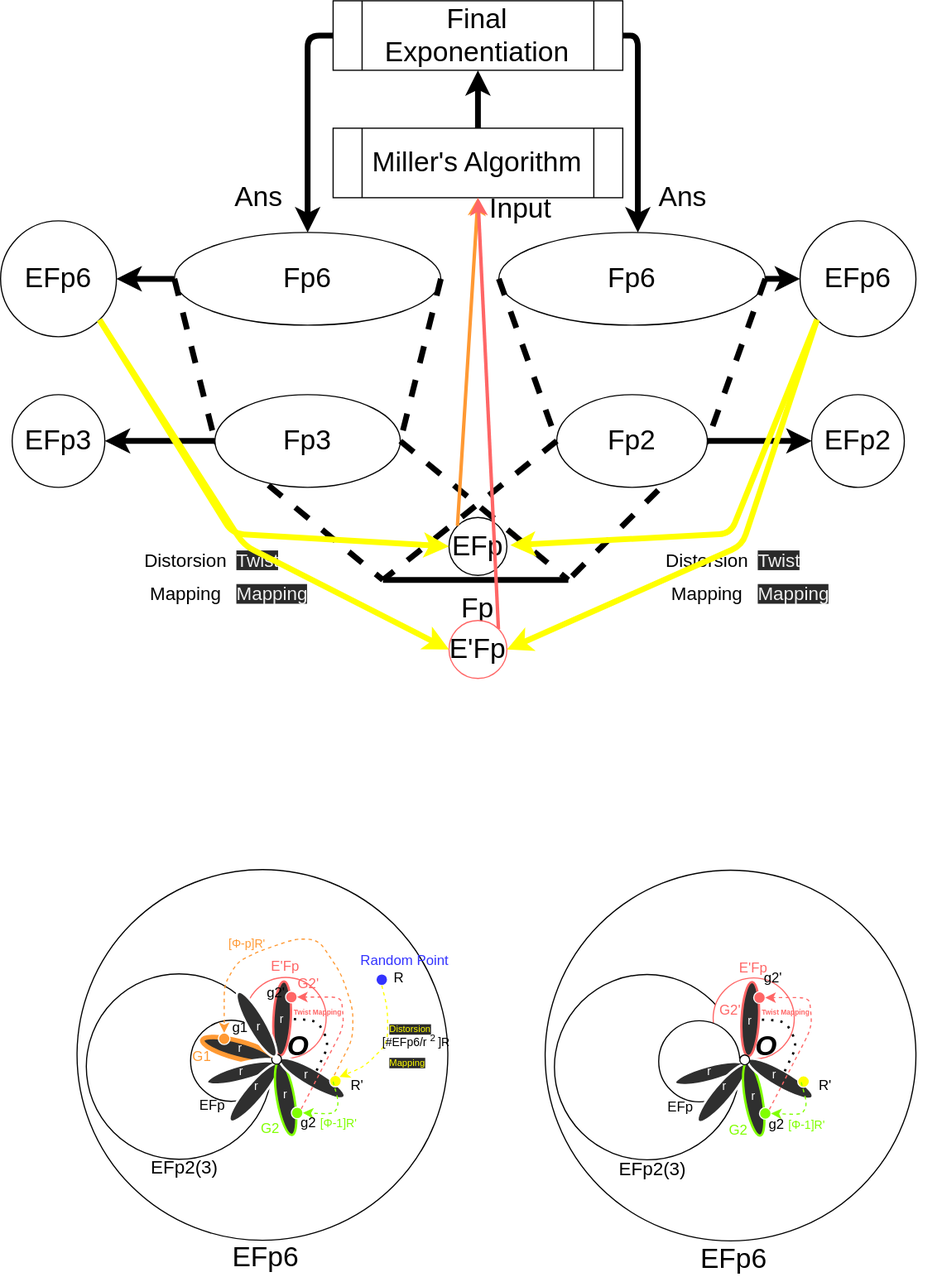
Earlier version of the draw.io export docs/overall.drawio.svg (Coresummer/GMT6). Source tidied: cells renumbered, new cells last; positions are measured from the earlier drawing's top-left corner, leaving out a move shared by most shapes.
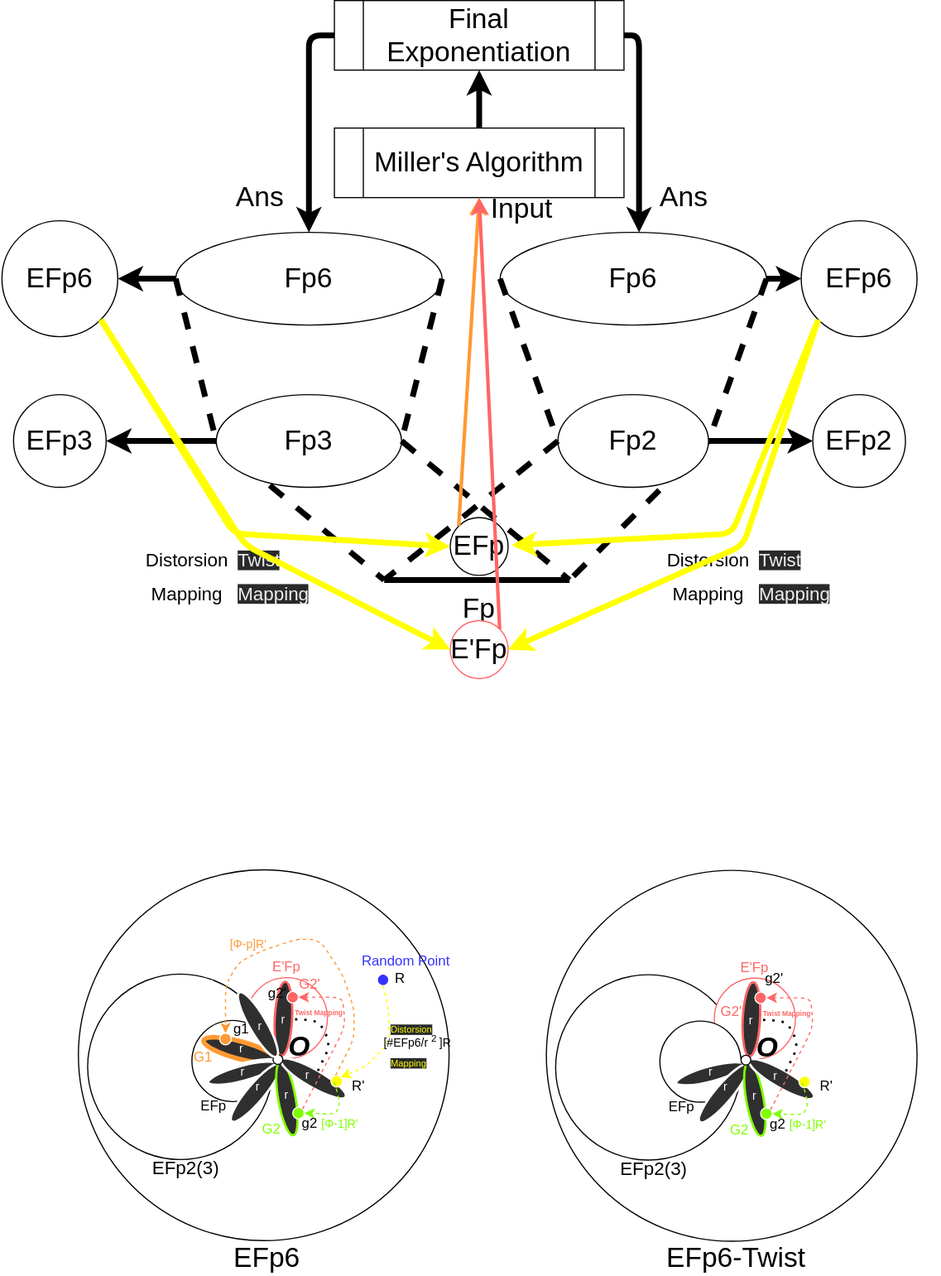
The same file after the commit.

Change to the diagram source:
```diff
@@ -374,8 +374,8 @@
     <mxCell id="100" value="&lt;font style=&quot;font-size: 16px&quot;&gt;EFp2(3)&lt;/font&gt;" style="text;html=1;strokeColor=none;fillColor=none;align=center;verticalAlign=middle;whiteSpace=wrap;rounded=0;fontSize=24;" parent="1" vertex="1">
       <mxGeometry x="528" y="990.5" width="70" height="30" as="geometry" />
     </mxCell>
-    <mxCell id="101" value="EFp6" style="text;html=1;strokeColor=none;fillColor=none;align=center;verticalAlign=middle;whiteSpace=wrap;rounded=0;fontSize=24;" parent="1" vertex="1">
-      <mxGeometry x="598" y="1070.5" width="70" height="30" as="geometry" />
+    <mxCell id="101" value="EFp6-Twist" style="text;html=1;strokeColor=none;fillColor=none;align=center;verticalAlign=middle;whiteSpace=wrap;rounded=0;fontSize=24;" parent="1" vertex="1">
+      <mxGeometry x="568" y="1070" width="132" height="30" as="geometry" />
     </mxCell>
     <mxCell id="102" value="&lt;b&gt;&lt;i&gt;O&lt;/i&gt;&lt;/b&gt;" style="text;html=1;strokeColor=none;fillColor=none;align=center;verticalAlign=middle;whiteSpace=wrap;rounded=0;fontSize=24;" parent="1" vertex="1">
       <mxGeometry x="641" y="893.5" width="40" height="20" as="geometry" />
```
